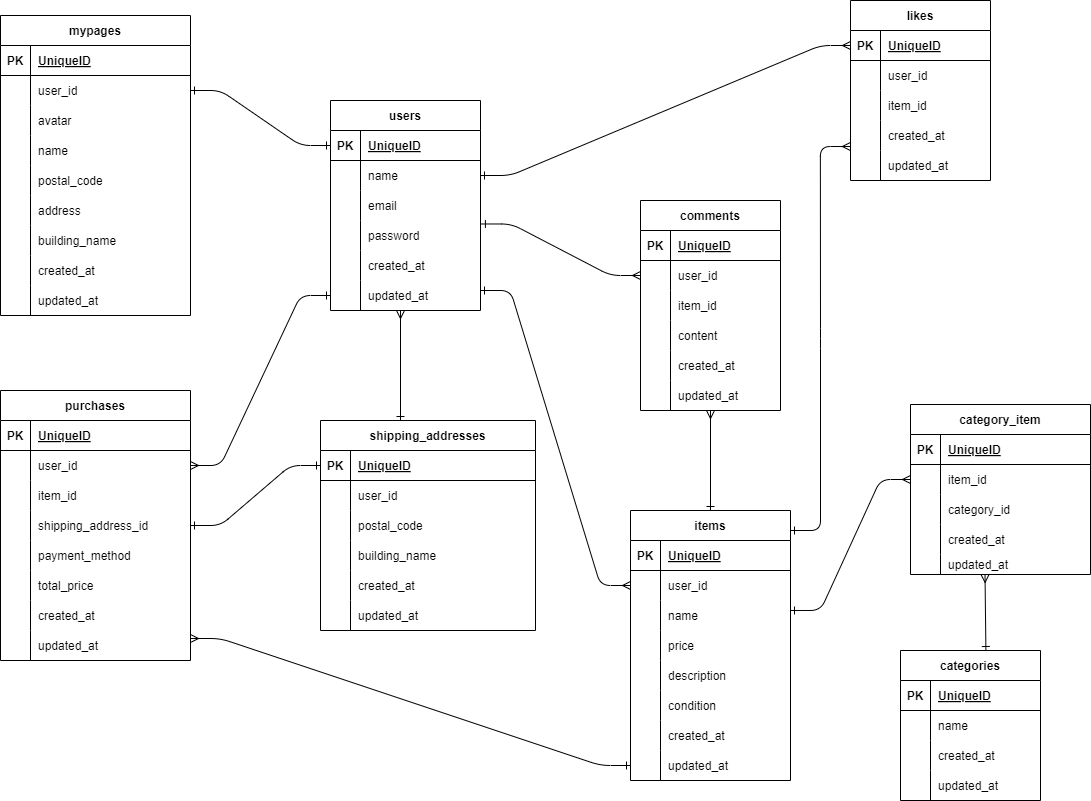
Above: docs/FM-APP.png in hiroko4ikeda8/FM-APP (draw.io), before the change. Source tidied: cells renumbered, new cells last; positions are measured from the earlier drawing's top-left corner, leaving out a move shared by most shapes.
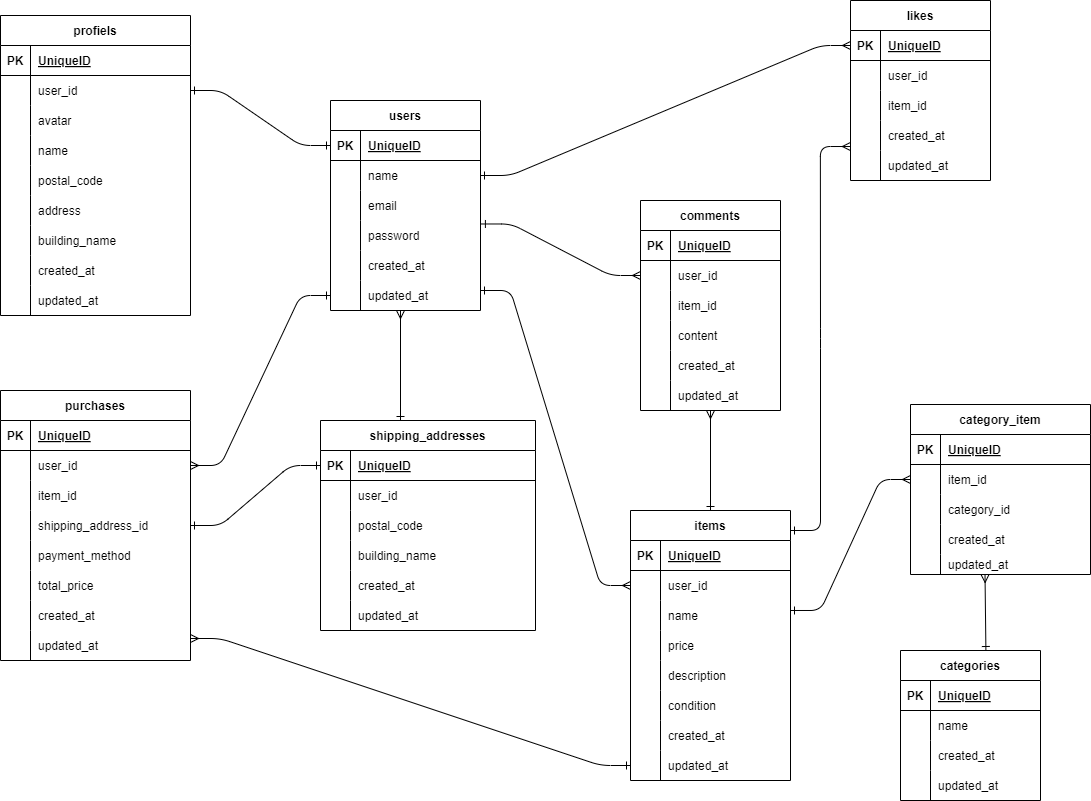
After the change.

Commit message:
ER図更新と画像ファイルの修正

The edit, as a diff of the source:
```diff
@@ -191,7 +191,7 @@
     <mxCell id="64" value="updated_at" style="shape=partialRectangle;fillColor=none;top=0;left=0;bottom=0;right=0;align=left;spacingLeft=6;overflow=hidden;" parent="62" vertex="1">
       <mxGeometry x="30" width="185" height="30" as="geometry" />
     </mxCell>
-    <mxCell id="65" value="mypages" style="shape=table;startSize=30;rowLines=0;fontStyle=1;align=center;" parent="1" vertex="1">
+    <mxCell id="65" value="profiels" style="shape=table;startSize=30;rowLines=0;fontStyle=1;align=center;" parent="1" vertex="1">
       <mxGeometry y="15" width="190" height="300" as="geometry" />
     </mxCell>
     <mxCell id="66" style="shape=tableRow;horizontal=0;startSize=0;swimlaneHead=0;swimlaneBody=0;fillColor=none;top=0;left=0;right=0;bottom=1;" parent="65" vertex="1">
```
